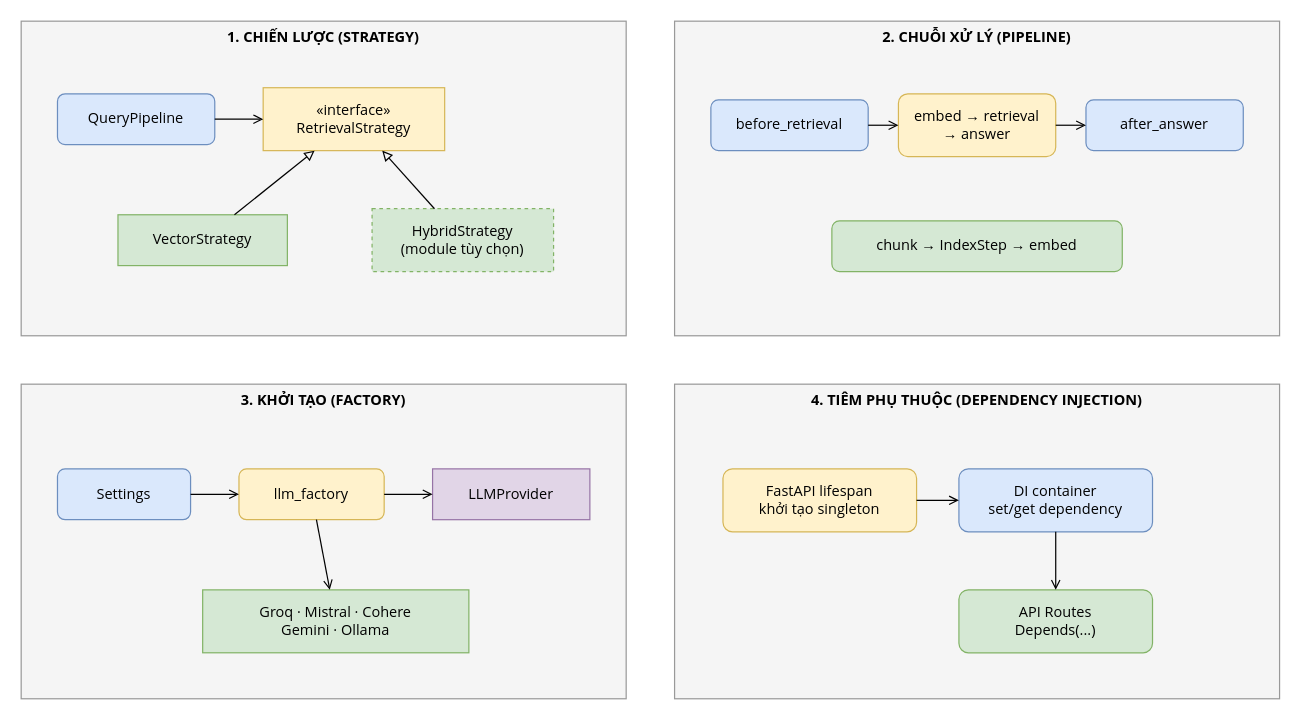
Above: docs/design/diagrams/18-design-patterns.drawio in NPhamDoan/RAG_LuatGT (draw.io), before the change. Source tidied: cells renumbered, new cells numbered last; positions are measured from the earlier drawing's top-left corner, leaving out a move shared by most shapes. Both pictures are drawn from the tidied source at 121%, with x=0, y=0 at pixel (21, 21).
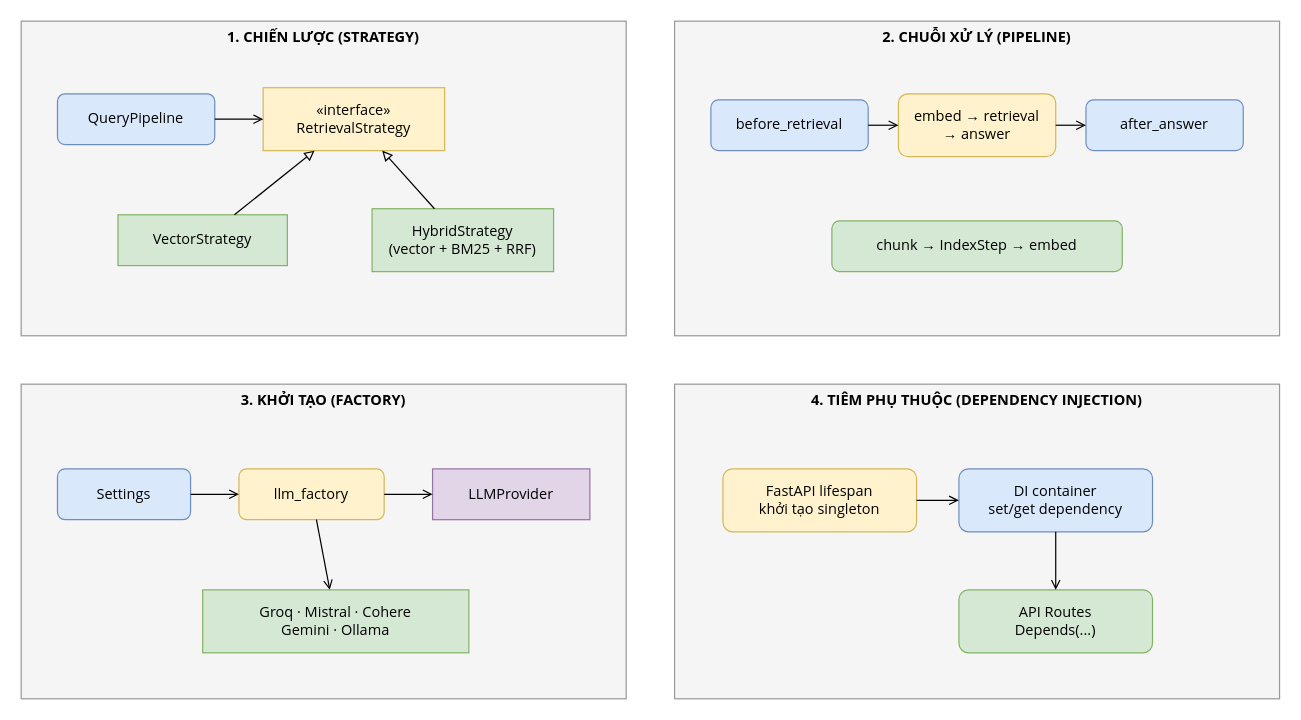
The same page after the edit.

Change to the diagram source:
```diff
@@
-    <mxCell id="6" value="HybridStrategy&#10;(module tùy chọn)" style="rounded=0;whiteSpace=wrap;html=1;fillColor=#d5e8d4;strokeColor=#82b366;dashed=1;fontFamily=Segoe UI;" parent="1" vertex="1">
+    <mxCell id="6" value="HybridStrategy&#10;(vector + BM25 + RRF)" style="rounded=0;whiteSpace=wrap;html=1;fillColor=#d5e8d4;strokeColor=#82b366;fontFamily=Segoe UI;" parent="1" vertex="1">
       <mxGeometry x="290" y="155" width="150" height="52" as="geometry" />
     </mxCell>
```
